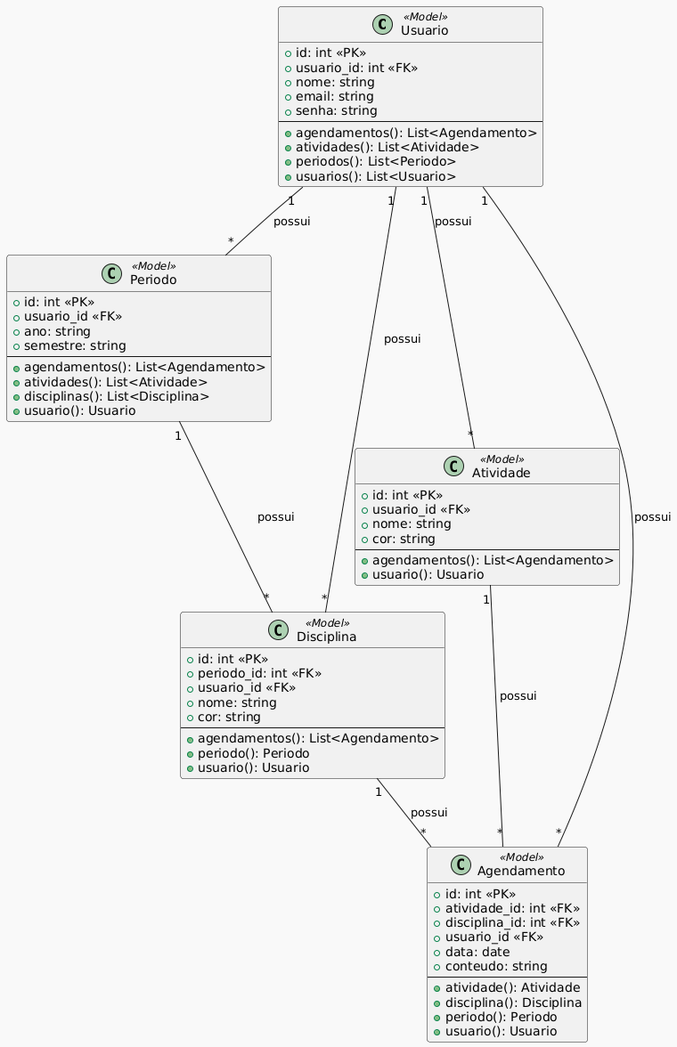
Above: docs/diagrama-de-classes.png in hctorres02/curso-php (PlantUML), before the change.
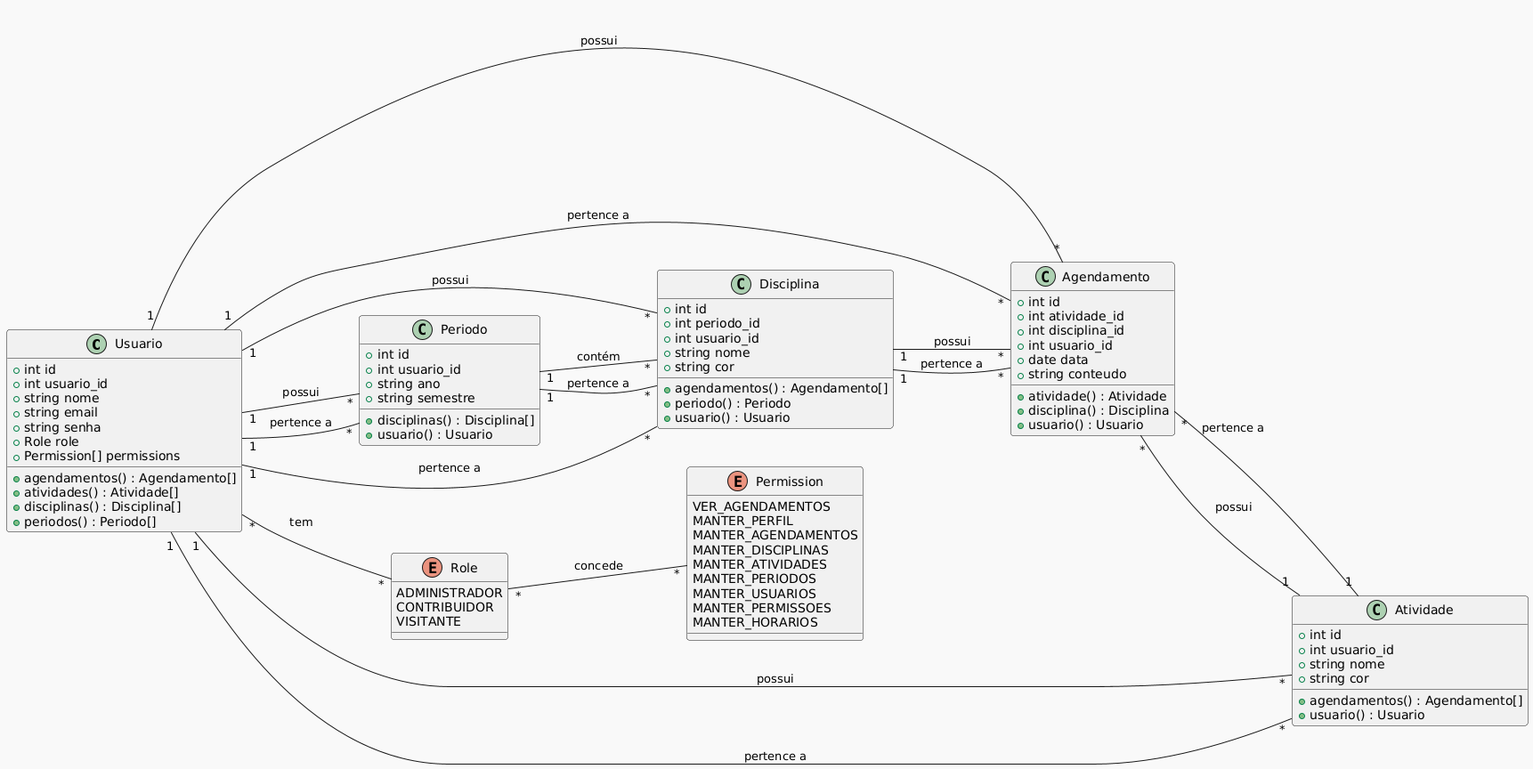
The same file after the commit.

Commit message:
Aprimora diagrama de classes

Diff of the diagram source:
```diff
@@ -1,72 +1,99 @@
 @startuml
 !theme mars
+left to right direction
 
-class Usuario <<Model>> {
-  +id: int <<PK>>
-  +usuario_id: int <<FK>>
-  +nome: string
-  +email: string
-  +senha: string
-  --
-  +agendamentos(): List<Agendamento>
-  +atividades(): List<Atividade>
-  +periodos(): List<Periodo>
-  +usuarios(): List<Usuario>
+class Usuario {
+  +int id
+  +int usuario_id
+  +string nome
+  +string email
+  +string senha
+  +Role role
+  +Permission[] permissions
+  +agendamentos() : Agendamento[]
+  +atividades() : Atividade[]
+  +disciplinas() : Disciplina[]
+  +periodos() : Periodo[]
 }
 
-class Periodo <<Model>> {
-  +id: int <<PK>>
-  +usuario_id <<FK>>
-  +ano: string
-  +semestre: string
-  --
-  +agendamentos(): List<Agendamento>
-  +atividades(): List<Atividade>
-  +disciplinas(): List<Disciplina>
-  +usuario(): Usuario
+class Periodo {
+  +int id
+  +int usuario_id
+  +string ano
+  +string semestre
+  +disciplinas() : Disciplina[]
+  +usuario() : Usuario
 }
 
-class Disciplina <<Model>> {
-  +id: int <<PK>>
-  +periodo_id: int <<FK>>
-  +usuario_id <<FK>>
-  +nome: string
-  +cor: string
-  --
-  +agendamentos(): List<Agendamento>
-  +periodo(): Periodo
-  +usuario(): Usuario
+class Disciplina {
+  +int id
+  +int periodo_id
+  +int usuario_id
+  +string nome
+  +string cor
+  +agendamentos() : Agendamento[]
+  +periodo() : Periodo
+  +usuario() : Usuario
 }
 
-class Atividade <<Model>> {
-  +id: int <<PK>>
-  +usuario_id <<FK>>
-  +nome: string
-  +cor: string
-  --
-  +agendamentos(): List<Agendamento>
-  +usuario(): Usuario
+class Agendamento {
+  +int id
+  +int atividade_id
+  +int disciplina_id
+  +int usuario_id
+  +date data
+  +string conteudo
+  +atividade() : Atividade
+  +disciplina() : Disciplina
+  +usuario() : Usuario
 }
 
-class Agendamento <<Model>> {
-  +id: int <<PK>>
-  +atividade_id: int <<FK>>
-  +disciplina_id: int <<FK>>
-  +usuario_id <<FK>>
-  +data: date
-  +conteudo: string
-  --
-  +atividade(): Atividade
-  +disciplina(): Disciplina
-  +periodo(): Periodo
-  +usuario(): Usuario
+class Atividade {
+  +int id
+  +int usuario_id
+  +string nome
+  +string cor
+  +agendamentos() : Agendamento[]
+  +usuario() : Usuario
 }
 
+enum Role {
+    ADMINISTRADOR
+    CONTRIBUIDOR
+    VISITANTE
+}
+
+enum Permission {
+    VER_AGENDAMENTOS
+    MANTER_PERFIL
+    MANTER_AGENDAMENTOS
+    MANTER_DISCIPLINAS
+    MANTER_ATIVIDADES
+    MANTER_PERIODOS
+    MANTER_USUARIOS
+    MANTER_PERMISSOES
+    MANTER_HORARIOS
+}
+
+Usuario "1" -- "*" Agendamento : possui
 Usuario "1" -- "*" Atividade : possui
-Usuario "1" -- "*" Agendamento : possui
 Usuario "1" -- "*" Disciplina : possui
 Usuario "1" -- "*" Periodo : possui
+
+Periodo "1" -- "*" Disciplina : contém
+Periodo "*" -- "1" Usuario : pertence a
+
+Disciplina "1" -- "*" Agendamento : possui
+Disciplina "*" -- "1" Periodo : pertence a
+Disciplina "*" -- "1" Usuario : pertence a
+
+Agendamento "*" -- "1" Atividade : pertence a
+Agendamento "*" -- "1" Disciplina : pertence a
+Agendamento "*" -- "1" Usuario : pertence a
+
 Atividade "1" -- "*" Agendamento : possui
-Disciplina "1" -- "*" Agendamento : possui
-Periodo "1" -- "*" Disciplina : possui
+Atividade "*" -- "1" Usuario : pertence a
+
+Usuario "*" -- "*" Role : tem
+Role "*" -- "*" Permission : concede
 @enduml
```
